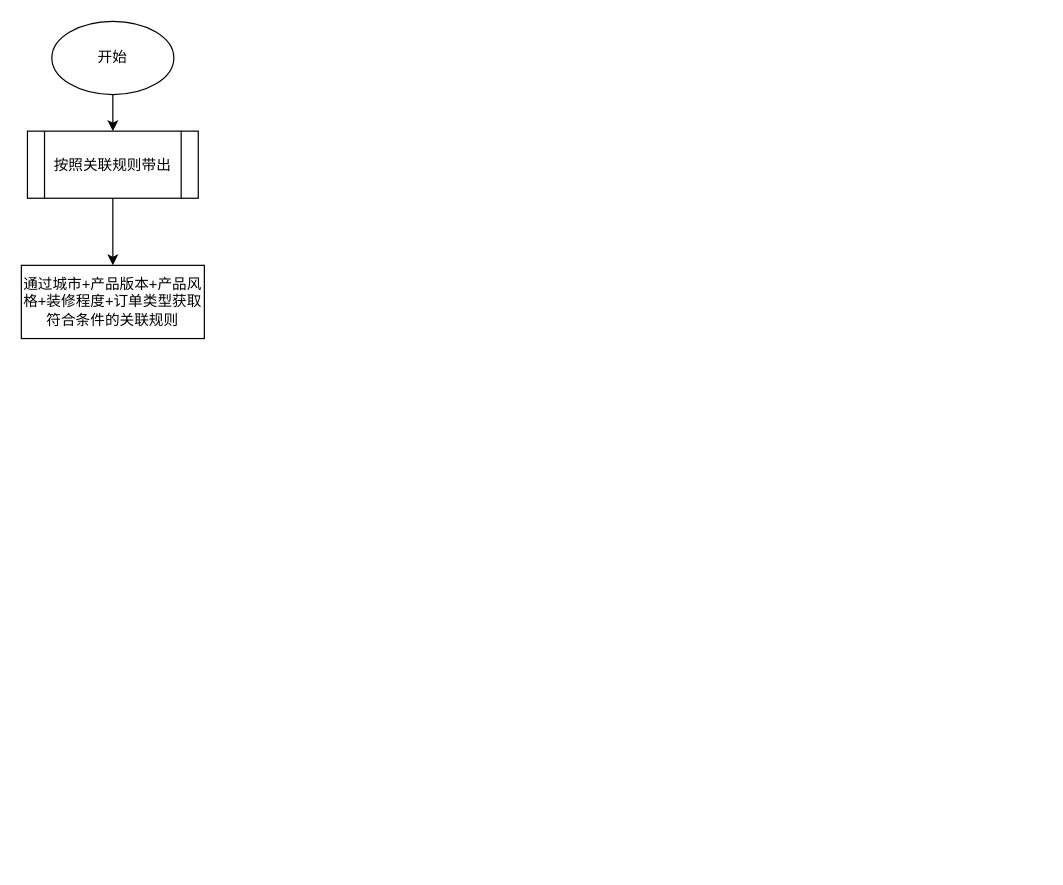
Earlier version of the draw.io diagram page "按照关联规则带出" (5 of 6) of ziroom/bim二期流程梳理.drawio (erlieStar/diagrams). Source tidied: cells renumbered, new cells numbered last; positions are measured from the earlier drawing's top-left corner, leaving out a move shared by most shapes. Both pictures are drawn from the tidied source at 122%, with x=0, y=0 at pixel (21, 21).
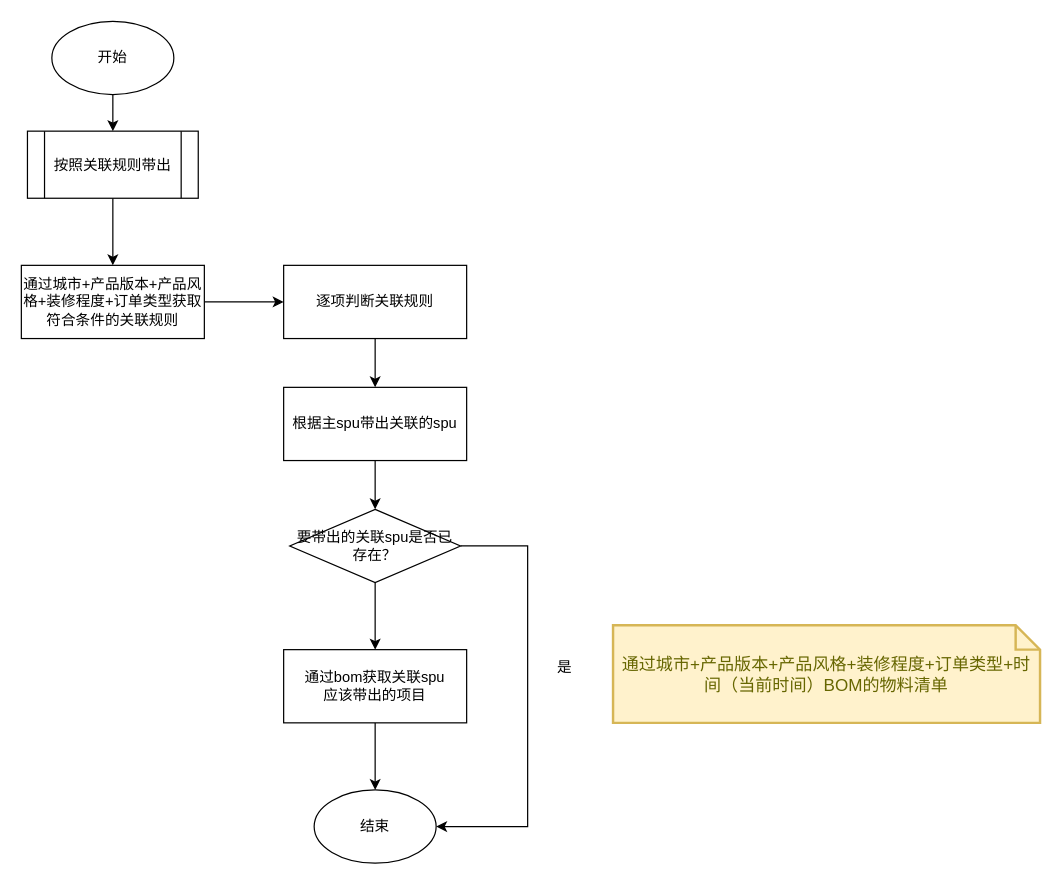
The same diagram, later.

The change refers to these unchanged cells:
```xml
<mxCell id="6" value="&lt;span style=&quot;text-align: left;&quot;&gt;通过城市+产品版本+产品风格+装修程度+订单类型获取符合条件的关联规则&lt;/span&gt;" style="rounded=0;whiteSpace=wrap;html=1;" parent="1" vertex="1">
  <mxGeometry y="200" width="150" height="60" as="geometry" />
</mxCell>
```

Change to the diagram source:
```diff
@@
+    <mxCell id="7" style="edgeStyle=orthogonalEdgeStyle;rounded=0;jettySize=auto;html=1;exitX=1;exitY=0.5;exitDx=0;exitDy=0;" parent="1" edge="1" source="6" target="9">
+      <mxGeometry relative="1" as="geometry" />
+    </mxCell>
@@
+    <mxCell id="8" style="edgeStyle=orthogonalEdgeStyle;rounded=0;jettySize=auto;html=1;exitX=0.5;exitY=1;exitDx=0;exitDy=0;" parent="1" edge="1" source="9" target="11">
+      <mxGeometry relative="1" as="geometry" />
+    </mxCell>
+    <mxCell id="9" value="逐项判断关联规则" style="rounded=0;whiteSpace=wrap;html=1;" parent="1" vertex="1">
+      <mxGeometry x="215" y="200" width="150" height="60" as="geometry" />
+    </mxCell>
+    <mxCell id="10" style="edgeStyle=orthogonalEdgeStyle;rounded=0;jettySize=auto;html=1;exitX=0.5;exitY=1;exitDx=0;exitDy=0;entryX=0.5;entryY=0;entryDx=0;entryDy=0;" parent="1" edge="1" source="11" target="14">
+      <mxGeometry relative="1" as="geometry" />
+    </mxCell>
+    <mxCell id="11" value="根据主spu带出关联的spu" style="rounded=0;whiteSpace=wrap;html=1;" parent="1" vertex="1">
+      <mxGeometry x="215" y="300" width="150" height="60" as="geometry" />
+    </mxCell>
+    <mxCell id="12" style="edgeStyle=orthogonalEdgeStyle;rounded=0;jettySize=auto;html=1;exitX=1;exitY=0.5;exitDx=0;exitDy=0;entryX=1;entryY=0.5;entryDx=0;entryDy=0;" parent="1" edge="1" source="14" target="17">
+      <mxGeometry relative="1" as="geometry">
+        <Array as="points">
+          <mxPoint x="415" y="430" />
+          <mxPoint x="415" y="660" />
+        </Array>
+      </mxGeometry>
+    </mxCell>
+    <mxCell id="13" style="edgeStyle=orthogonalEdgeStyle;rounded=0;jettySize=auto;html=1;exitX=0.5;exitY=1;exitDx=0;exitDy=0;" parent="1" edge="1" source="14" target="16">
+      <mxGeometry relative="1" as="geometry" />
+    </mxCell>
+    <mxCell id="14" value="要带出的关联spu是否已存在？" style="rhombus;whiteSpace=wrap;html=1;" parent="1" vertex="1">
+      <mxGeometry x="220" y="400" width="140" height="60" as="geometry" />
+    </mxCell>
+    <mxCell id="15" style="edgeStyle=orthogonalEdgeStyle;rounded=0;jettySize=auto;html=1;exitX=0.5;exitY=1;exitDx=0;exitDy=0;" parent="1" edge="1" source="16" target="17">
+      <mxGeometry relative="1" as="geometry" />
+    </mxCell>
+    <mxCell id="16" value="通过bom获取关联spu&lt;br&gt;应该带出的项目" style="rounded=0;whiteSpace=wrap;html=1;" parent="1" vertex="1">
+      <mxGeometry x="215" y="515" width="150" height="60" as="geometry" />
+    </mxCell>
+    <mxCell id="17" value="结束" style="ellipse;whiteSpace=wrap;html=1;" parent="1" vertex="1">
+      <mxGeometry x="240" y="630" width="100" height="60" as="geometry" />
+    </mxCell>
+    <mxCell id="18" value="是" style="text;html=1;align=center;verticalAlign=middle;strokeColor=none;fillColor=none;" parent="1" vertex="1">
+      <mxGeometry x="430" y="520" width="30" height="20" as="geometry" />
+    </mxCell>
+    <mxCell id="19" value="通过城市+产品版本+产品风格+装修程度+订单类型+时间（当前时间）BOM的物料清单" style="shape=note;strokeWidth=2;fontSize=14;size=20;whiteSpace=wrap;html=1;fillColor=#fff2cc;strokeColor=#d6b656;fontColor=#666600;" parent="1" vertex="1">
+      <mxGeometry x="485" y="495" width="350" height="80" as="geometry" />
+    </mxCell>
```
